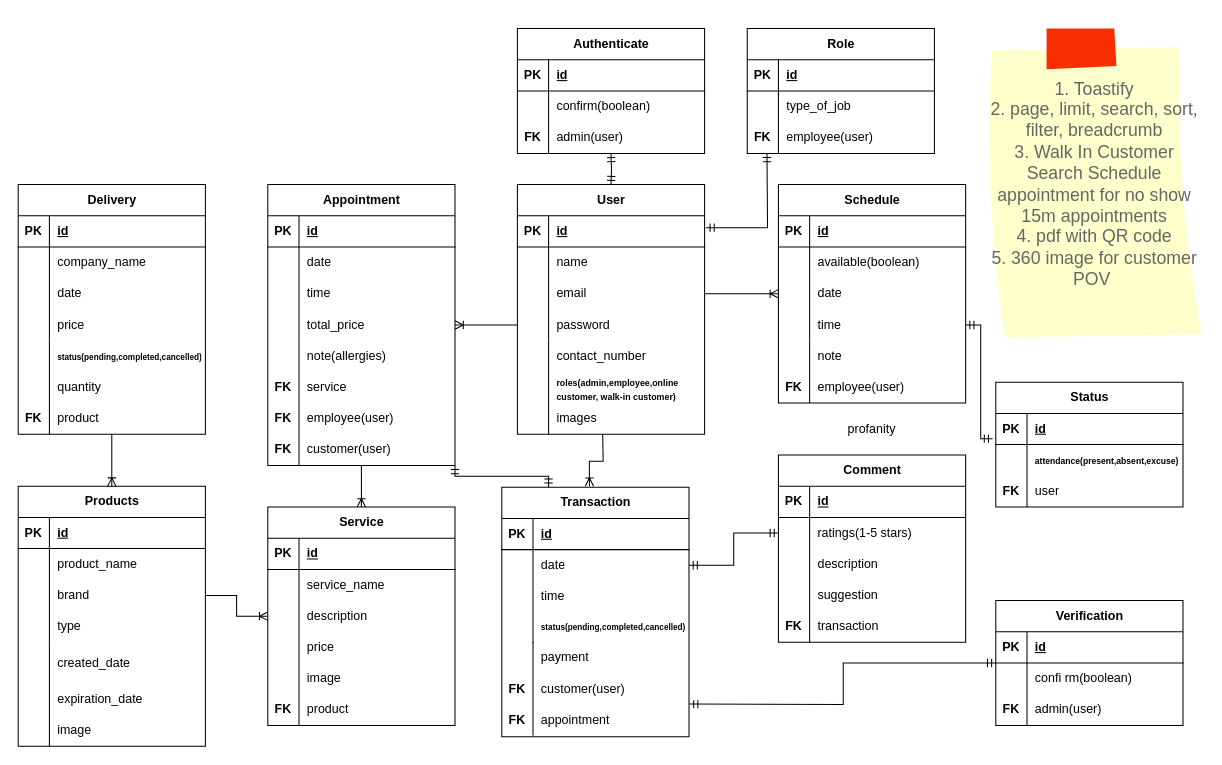
This is erd/Salon-Erd.drawio from GabTheGreat25/Salon-Api, a draw.io file, before an edit. Source tidied: cells renumbered, new cells numbered last; positions are measured from the earlier drawing's top-left corner, leaving out a move shared by most shapes. Both pictures are drawn from the tidied source at 104%, with x=0, y=0 at pixel (18, 28).
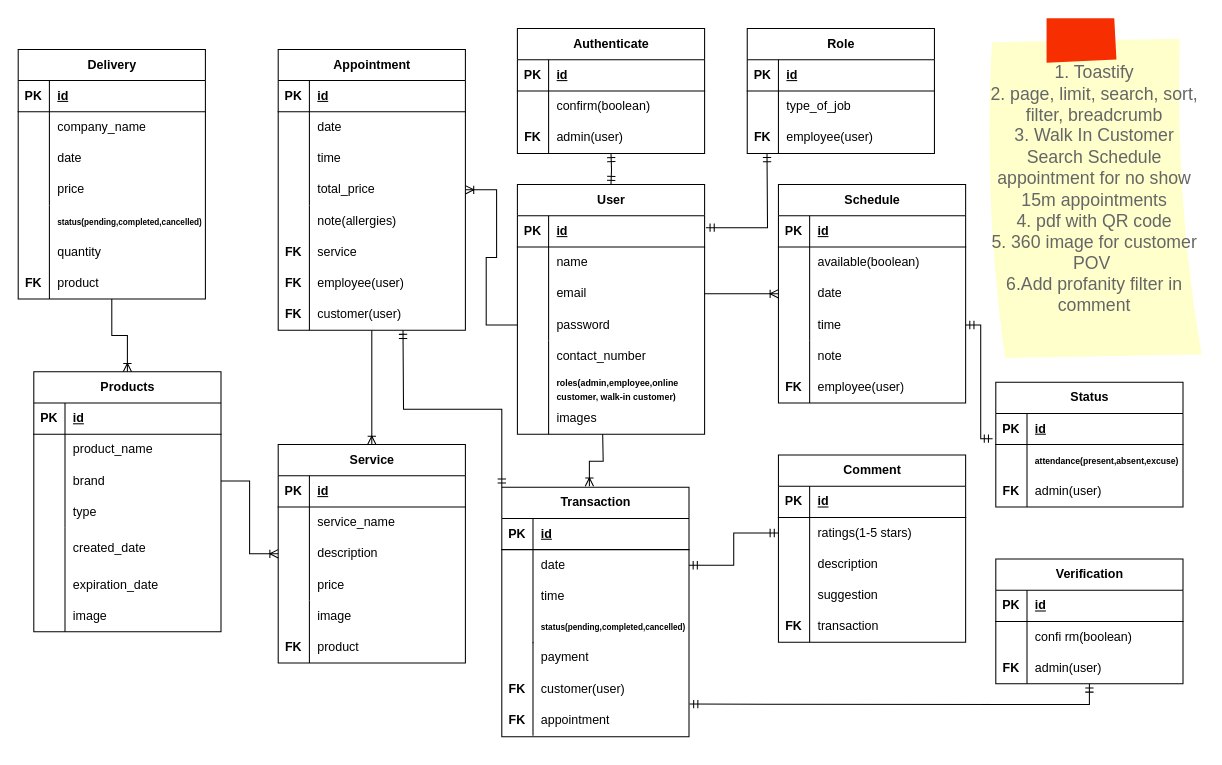
The same page after the edit.

Commit message:
Fix bugs and typos in Salon-Erd.drawio

The change refers to these unchanged cells:
```xml
<mxCell id="85" value="Transaction" style="shape=table;startSize=30;childLayout=tableLayout;rowLines=0;fontStyle=1;align=center;html=1;" parent="1" vertex="1">
  <mxGeometry x="465" y="441" width="180" height="240" as="geometry" />
</mxCell>
```

Change to the diagram source:
```diff
@@
     <mxCell id="18" value="Appointment" style="shape=table;startSize=30;childLayout=tableLayout;rowLines=0;fontStyle=1;align=center;html=1;" parent="1" vertex="1">
-      <mxGeometry x="240" y="150" width="180" height="270" as="geometry" />
+      <mxGeometry x="250" y="20" width="180" height="270" as="geometry" />
     </mxCell>
@@
     <mxCell id="31" style="endArrow=none;html=1;rounded=0;" parent="1" edge="1">
       <mxGeometry relative="1" as="geometry">
-        <mxPoint x="270" y="300" as="sourcePoint" />
-        <mxPoint x="270" y="420" as="targetPoint" />
+        <mxPoint x="280" y="170" as="sourcePoint" />
+        <mxPoint x="280" y="290" as="targetPoint" />
       </mxGeometry>
     </mxCell>
     <mxCell id="32" value="service" style="shape=partialRectangle;fillColor=none;top=0;left=0;bottom=0;right=0;align=left;spacingLeft=6;overflow=hidden;whiteSpace=wrap;html=1;" parent="1" vertex="1">
-      <mxGeometry x="270" y="330" width="150" height="30" as="geometry" />
+      <mxGeometry x="280" y="200" width="150" height="30" as="geometry" />
     </mxCell>
     <mxCell id="33" value="FK" style="shape=partialRectangle;fillColor=none;top=0;left=0;bottom=0;right=0;fontStyle=1;overflow=hidden;whiteSpace=wrap;html=1;" parent="1" vertex="1">
-      <mxGeometry x="240" y="330" width="30" height="30" as="geometry" />
+      <mxGeometry x="250" y="200" width="30" height="30" as="geometry" />
     </mxCell>
     <mxCell id="34" value="FK" style="shape=partialRectangle;fillColor=none;top=0;left=0;bottom=0;right=0;fontStyle=1;overflow=hidden;whiteSpace=wrap;html=1;" parent="1" vertex="1">
-      <mxGeometry x="240" y="360" width="30" height="30" as="geometry" />
+      <mxGeometry x="250" y="230" width="30" height="30" as="geometry" />
     </mxCell>
     <mxCell id="35" value="employee(user)" style="shape=partialRectangle;fillColor=none;top=0;left=0;bottom=0;right=0;align=left;spacingLeft=6;overflow=hidden;whiteSpace=wrap;html=1;" parent="1" vertex="1">
-      <mxGeometry x="270" y="360" width="150" height="30" as="geometry" />
+      <mxGeometry x="280" y="230" width="150" height="30" as="geometry" />
     </mxCell>
@@
     <mxCell id="52" value="note(allergies)&amp;nbsp;" style="shape=partialRectangle;fillColor=none;top=0;left=0;bottom=0;right=0;align=left;spacingLeft=6;overflow=hidden;whiteSpace=wrap;html=1;" parent="1" vertex="1">
-      <mxGeometry x="270" y="300" width="150" height="30" as="geometry" />
+      <mxGeometry x="280" y="170" width="150" height="30" as="geometry" />
     </mxCell>
@@
     <mxCell id="70" value="Service" style="shape=table;startSize=30;childLayout=tableLayout;rowLines=0;fontStyle=1;align=center;html=1;" parent="1" vertex="1">
-      <mxGeometry x="240" y="460" width="180" height="210" as="geometry" />
+      <mxGeometry x="250" y="400" width="180" height="210" as="geometry" />
     </mxCell>
@@
     <mxCell id="83" style="endArrow=none;html=1;rounded=0;" parent="1" edge="1">
       <mxGeometry relative="1" as="geometry">
-        <mxPoint x="270" y="610" as="sourcePoint" />
-        <mxPoint x="270" y="670" as="targetPoint" />
+        <mxPoint x="280" y="550" as="sourcePoint" />
+        <mxPoint x="280" y="610" as="targetPoint" />
       </mxGeometry>
     </mxCell>
     <mxCell id="84" value="image" style="shape=partialRectangle;fillColor=none;top=0;left=0;bottom=0;right=0;align=left;spacingLeft=6;overflow=hidden;whiteSpace=wrap;html=1;" parent="1" vertex="1">
-      <mxGeometry x="270" y="610" width="150" height="30" as="geometry" />
+      <mxGeometry x="280" y="550" width="150" height="30" as="geometry" />
     </mxCell>
@@
     <mxCell id="105" style="fontSize=12;html=1;endArrow=ERoneToMany;rounded=0;entryX=0.5;entryY=0;entryDx=0;entryDy=0;" parent="1" edge="1" target="70">
       <mxGeometry relative="1" as="geometry">
-        <mxPoint x="330" y="440" as="sourcePoint" />
-        <Array as="points">
-          <mxPoint x="330" y="420" />
-          <mxPoint x="330" y="440" />
-        </Array>
+        <mxPoint x="340" y="290" as="sourcePoint" />
       </mxGeometry>
     </mxCell>
-    <mxCell id="106" style="fontSize=12;html=1;endArrow=ERmandOne;startArrow=ERmandOne;rounded=0;exitX=0.25;exitY=0;exitDx=0;exitDy=0;entryX=1;entryY=1;entryDx=0;entryDy=0;edgeStyle=orthogonalEdgeStyle;" parent="1" edge="1" source="85" target="18">
-      <mxGeometry relative="1" as="geometry" />
+    <mxCell id="106" style="fontSize=12;html=1;endArrow=ERmandOne;startArrow=ERmandOne;rounded=0;exitX=0;exitY=0;exitDx=0;exitDy=0;edgeStyle=orthogonalEdgeStyle;" parent="1" edge="1" source="85">
+      <mxGeometry relative="1" as="geometry">
+        <mxPoint x="370" y="290" as="targetPoint" />
+      </mxGeometry>
     </mxCell>
@@
     <mxCell id="109" value="Products" style="shape=table;startSize=30;childLayout=tableLayout;rowLines=0;fontStyle=1;align=center;html=1;" parent="1" vertex="1">
-      <mxGeometry y="440" width="180" height="250" as="geometry" />
+      <mxGeometry x="15" y="330" width="180" height="250" as="geometry" />
     </mxCell>
@@
     <mxCell id="122" style="endArrow=none;html=1;rounded=0;" parent="1" edge="1">
       <mxGeometry relative="1" as="geometry">
-        <mxPoint x="30" y="590" as="sourcePoint" />
-        <mxPoint x="30" y="690" as="targetPoint" />
+        <mxPoint x="45" y="480" as="sourcePoint" />
+        <mxPoint x="45" y="580" as="targetPoint" />
       </mxGeometry>
     </mxCell>
     <mxCell id="123" value="image" style="shape=partialRectangle;fillColor=none;top=0;left=0;bottom=0;right=0;align=left;spacingLeft=6;overflow=hidden;whiteSpace=wrap;html=1;" parent="1" vertex="1">
-      <mxGeometry x="30" y="660" width="150" height="30" as="geometry" />
+      <mxGeometry x="45" y="550" width="150" height="30" as="geometry" />
     </mxCell>
     <mxCell id="124" value="product" style="shape=partialRectangle;fillColor=none;top=0;left=0;bottom=0;right=0;align=left;spacingLeft=6;overflow=hidden;whiteSpace=wrap;html=1;" parent="1" vertex="1">
-      <mxGeometry x="270" y="640" width="150" height="30" as="geometry" />
+      <mxGeometry x="280" y="580" width="150" height="30" as="geometry" />
     </mxCell>
@@
     <mxCell id="126" value="Delivery" style="shape=table;startSize=30;childLayout=tableLayout;rowLines=0;fontStyle=1;align=center;html=1;" parent="1" vertex="1">
-      <mxGeometry y="150" width="180" height="240" as="geometry" />
+      <mxGeometry y="20" width="180" height="240" as="geometry" />
     </mxCell>
@@
     <mxCell id="139" style="endArrow=none;html=1;rounded=0;" parent="1" edge="1">
       <mxGeometry relative="1" as="geometry">
-        <mxPoint x="30" y="300" as="sourcePoint" />
-        <mxPoint x="30" y="390" as="targetPoint" />
+        <mxPoint x="30" y="170" as="sourcePoint" />
+        <mxPoint x="30" y="260" as="targetPoint" />
       </mxGeometry>
     </mxCell>
     <mxCell id="140" value="&lt;b style=&quot;border-color: var(--border-color); font-size: 7.9px;&quot;&gt;status(pending,completed,cancelled)&lt;/b&gt;" style="shape=partialRectangle;fillColor=none;top=0;left=0;bottom=0;right=0;align=left;spacingLeft=6;overflow=hidden;whiteSpace=wrap;html=1;" parent="1" vertex="1">
-      <mxGeometry x="30" y="300" width="150" height="30" as="geometry" />
+      <mxGeometry x="30" y="170" width="150" height="30" as="geometry" />
     </mxCell>
     <mxCell id="141" value="quantity" style="shape=partialRectangle;fillColor=none;top=0;left=0;bottom=0;right=0;align=left;spacingLeft=6;overflow=hidden;whiteSpace=wrap;html=1;" parent="1" vertex="1">
-      <mxGeometry x="30" y="330" width="150" height="30" as="geometry" />
+      <mxGeometry x="30" y="200" width="150" height="30" as="geometry" />
     </mxCell>
     <mxCell id="142" value="product" style="shape=partialRectangle;fillColor=none;top=0;left=0;bottom=0;right=0;align=left;spacingLeft=6;overflow=hidden;whiteSpace=wrap;html=1;" parent="1" vertex="1">
-      <mxGeometry x="30" y="360" width="150" height="30" as="geometry" />
+      <mxGeometry x="30" y="230" width="150" height="30" as="geometry" />
     </mxCell>
-    <mxCell id="143" style="fontSize=12;html=1;endArrow=ERoneToMany;rounded=0;entryX=0.5;entryY=0;entryDx=0;entryDy=0;" parent="1" edge="1" target="109">
-      <mxGeometry relative="1" as="geometry">
-        <mxPoint x="90" y="390" as="sourcePoint" />
-      </mxGeometry>
+    <mxCell id="143" style="fontSize=12;html=1;endArrow=ERoneToMany;rounded=0;entryX=0.5;entryY=0;entryDx=0;entryDy=0;exitX=0.5;exitY=1;exitDx=0;exitDy=0;edgeStyle=orthogonalEdgeStyle;" parent="1" edge="1" source="126" target="109">
+      <mxGeometry relative="1" as="geometry" />
     </mxCell>
     <mxCell id="144" value="FK" style="shape=partialRectangle;fillColor=none;top=0;left=0;bottom=0;right=0;fontStyle=1;overflow=hidden;whiteSpace=wrap;html=1;" parent="1" vertex="1">
-      <mxGeometry y="360" width="30" height="30" as="geometry" />
+      <mxGeometry y="230" width="30" height="30" as="geometry" />
     </mxCell>
     <mxCell id="145" value="FK" style="shape=partialRectangle;fillColor=none;top=0;left=0;bottom=0;right=0;fontStyle=1;overflow=hidden;whiteSpace=wrap;html=1;" parent="1" vertex="1">
-      <mxGeometry x="240" y="640" width="30" height="30" as="geometry" />
+      <mxGeometry x="250" y="580" width="30" height="30" as="geometry" />
     </mxCell>
-    <mxCell id="146" value="profanity" style="text;html=1;strokeColor=none;fillColor=none;align=center;verticalAlign=middle;whiteSpace=wrap;rounded=0;" parent="1" vertex="1">
-      <mxGeometry x="791" y="370" width="60" height="30" as="geometry" />
-    </mxCell>
     <mxCell id="147" value="FK" style="shape=partialRectangle;fillColor=none;top=0;left=0;bottom=0;right=0;fontStyle=1;overflow=hidden;whiteSpace=wrap;html=1;" parent="1" vertex="1">
-      <mxGeometry x="240" y="390" width="30" height="30" as="geometry" />
+      <mxGeometry x="250" y="260" width="30" height="30" as="geometry" />
     </mxCell>
     <mxCell id="148" value="customer(user)" style="shape=partialRectangle;fillColor=none;top=0;left=0;bottom=0;right=0;align=left;spacingLeft=6;overflow=hidden;whiteSpace=wrap;html=1;" parent="1" vertex="1">
-      <mxGeometry x="270" y="390" width="150" height="30" as="geometry" />
+      <mxGeometry x="280" y="260" width="150" height="30" as="geometry" />
     </mxCell>
@@
     <mxCell id="151" value="Verification" style="shape=table;startSize=30;childLayout=tableLayout;rowLines=0;fontStyle=1;align=center;html=1;" parent="1" vertex="1">
-      <mxGeometry x="940" y="550" width="180" height="120" as="geometry" />
+      <mxGeometry x="940" y="510" width="180" height="120" as="geometry" />
     </mxCell>
@@
     <mxCell id="161" value="&lt;span style=&quot;border-color: var(--border-color);&quot;&gt;admin(user)&amp;nbsp;&lt;/span&gt;" style="shape=partialRectangle;fillColor=none;top=0;left=0;bottom=0;right=0;align=left;spacingLeft=6;overflow=hidden;whiteSpace=wrap;html=1;" parent="1" vertex="1">
-      <mxGeometry x="970" y="640" width="150" height="30" as="geometry" />
+      <mxGeometry x="970" y="600" width="150" height="30" as="geometry" />
     </mxCell>
     <mxCell id="162" value="FK" style="shape=partialRectangle;fillColor=none;top=0;left=0;bottom=0;right=0;fontStyle=1;overflow=hidden;whiteSpace=wrap;html=1;" parent="1" vertex="1">
-      <mxGeometry x="940" y="640" width="30" height="30" as="geometry" />
+      <mxGeometry x="940" y="600" width="30" height="30" as="geometry" />
     </mxCell>
@@
-    <mxCell id="175" value="user" style="shape=partialRectangle;fillColor=none;top=0;left=0;bottom=0;right=0;align=left;spacingLeft=6;overflow=hidden;whiteSpace=wrap;html=1;" parent="1" vertex="1">
+    <mxCell id="175" value="admin(user)" style="shape=partialRectangle;fillColor=none;top=0;left=0;bottom=0;right=0;align=left;spacingLeft=6;overflow=hidden;whiteSpace=wrap;html=1;" parent="1" vertex="1">
       <mxGeometry x="970" y="430" width="150" height="30" as="geometry" />
     </mxCell>
     <mxCell id="176" value="expiration_date" style="shape=partialRectangle;fillColor=none;top=0;left=0;bottom=0;right=0;align=left;spacingLeft=6;overflow=hidden;whiteSpace=wrap;html=1;" parent="1" vertex="1">
-      <mxGeometry x="30" y="630" width="150" height="30" as="geometry" />
+      <mxGeometry x="45" y="520" width="150" height="30" as="geometry" />
     </mxCell>
@@
     <mxCell id="204" value="created_date" style="shape=partialRectangle;fillColor=none;top=0;left=0;bottom=0;right=0;align=left;spacingLeft=6;overflow=hidden;whiteSpace=wrap;html=1;" parent="1" vertex="1">
-      <mxGeometry x="30" y="595" width="150" height="30" as="geometry" />
+      <mxGeometry x="45" y="485" width="150" height="30" as="geometry" />
     </mxCell>
@@
-    <mxCell id="206" value="1. Toastify&lt;br&gt;2. page, limit, search, sort, filter, breadcrumb&lt;br&gt;3. Walk In Customer Search Schedule appointment for no show 15m appointments&lt;br&gt;4. pdf with QR code&lt;br&gt;5. 360 image for customer POV&amp;nbsp;" style="strokeWidth=1;shadow=0;dashed=0;align=center;html=1;shape=mxgraph.mockup.text.stickyNote2;fontColor=#666666;mainText=;fontSize=17;whiteSpace=wrap;fillColor=#ffffcc;strokeColor=#F62E00;" parent="1" vertex="1">
-      <mxGeometry x="930" width="210" height="300" as="geometry" />
+    <mxCell id="206" value="1. Toastify&lt;br&gt;2. page, limit, search, sort, filter, breadcrumb&lt;br&gt;3. Walk In Customer Search Schedule appointment for no show 15m appointments&lt;br&gt;4. pdf with QR code&lt;br&gt;5. 360 image for customer POV&amp;nbsp;&lt;br&gt;6.Add profanity filter in comment" style="strokeWidth=1;shadow=0;dashed=0;align=center;html=1;shape=mxgraph.mockup.text.stickyNote2;fontColor=#666666;mainText=;fontSize=17;whiteSpace=wrap;fillColor=#ffffcc;strokeColor=#F62E00;" parent="1" vertex="1">
+      <mxGeometry x="930" y="-10" width="210" height="330" as="geometry" />
     </mxCell>
```
